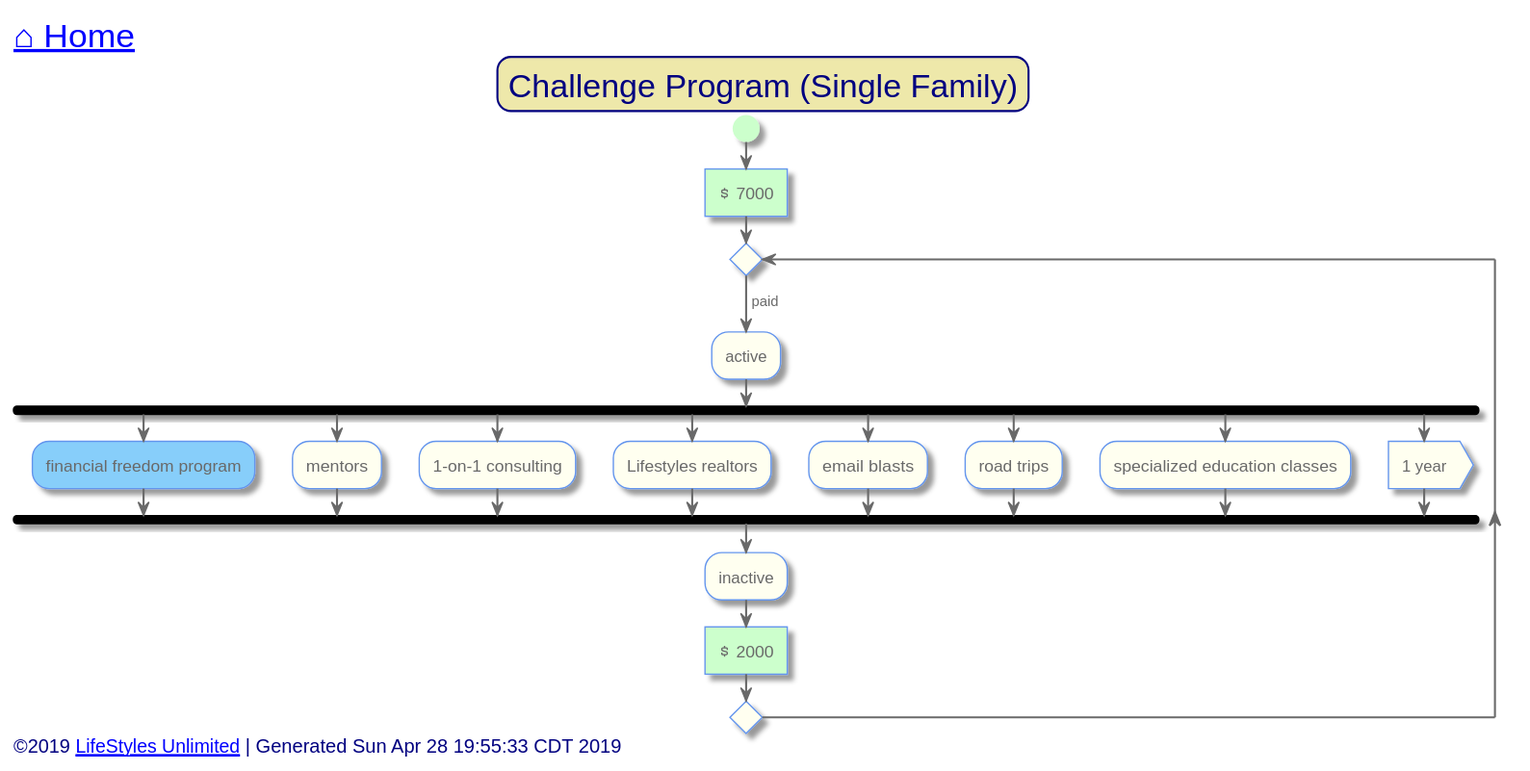
Before: out/src/single-family/challenge-program.svg, a diagram exported from PlantUML (toddmo/lifestylesunlimited).
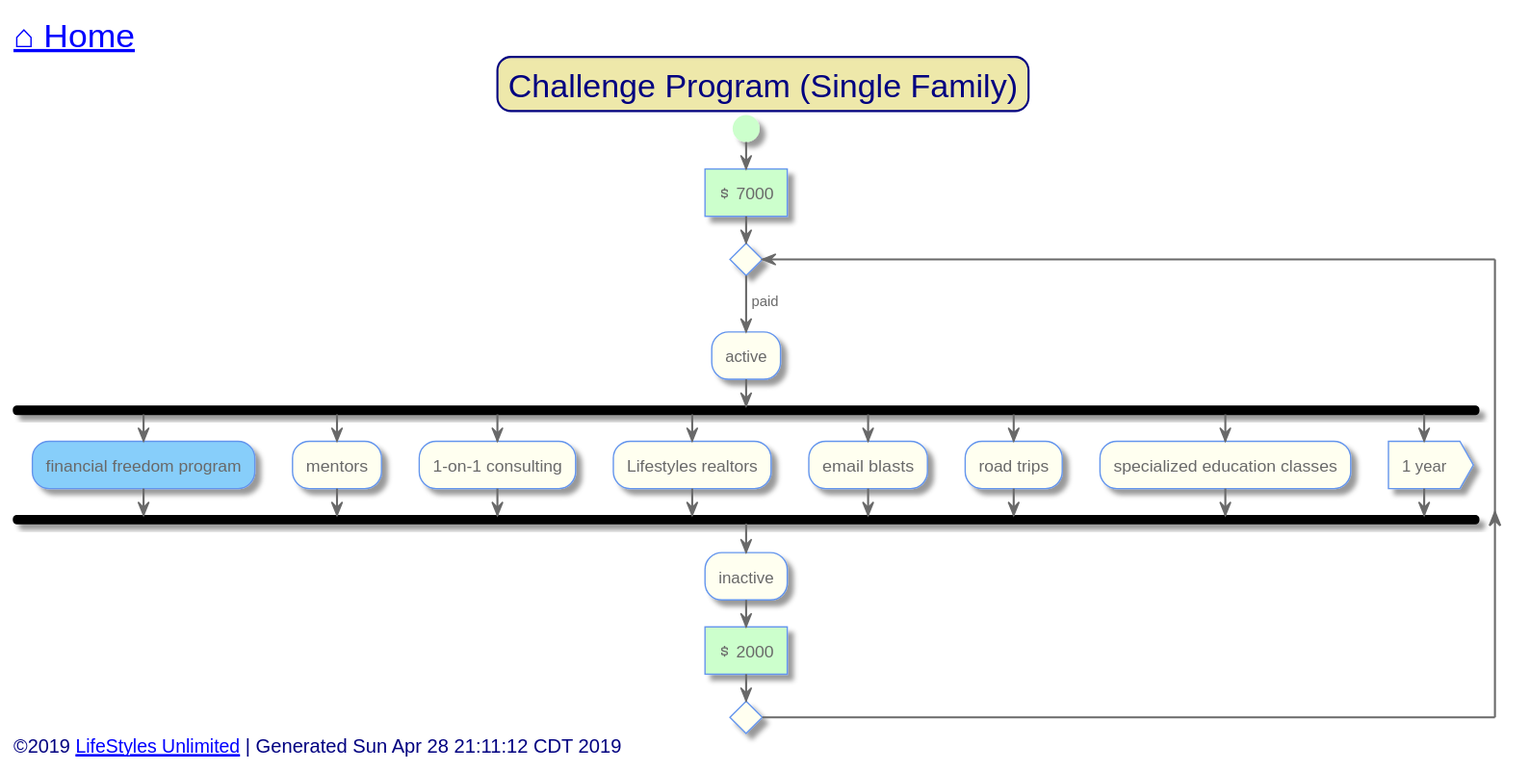
Later version of the same file.

The edit, as a diff of the source:
```diff
@@ -75,7 +75,7 @@
 
 
 left header
-	<font color=Navy size=24>[[../index.svg ⌂ Home]]</font>
+	<font color=Navy size=24>[[../index.svg?sanitize=true ⌂ Home]]</font>
 endheader
 
 
@@ -114,7 +114,7 @@
 
 
 left footer
-	<font size=14>©2019 [[http://www.lifestylesunlimited.com LifeStyles Unlimited]] | Generated Sun Apr 28 19:55:33 CDT 2019</font>
+	<font size=14>©2019 [[http://www.lifestylesunlimited.com LifeStyles Unlimited]] | Generated Sun Apr 28 21:11:12 CDT 2019</font>
 endfooter
 
 
```
